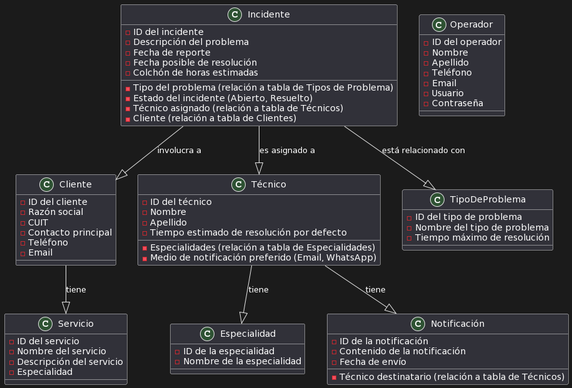
This is uml.png from Marcos-Castillo/final-utn-g03, a PlantUML export, as it was before one commit.
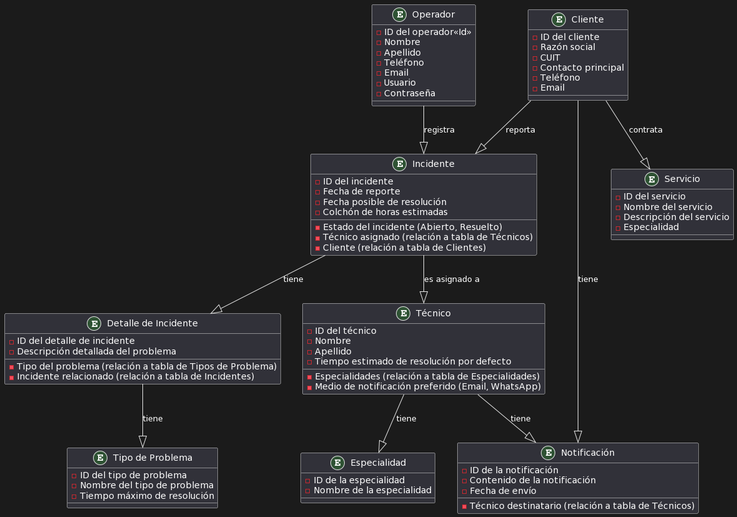
Later version of the same file.

Commit message:
corrección al uml

The edit, as a diff of the source:
```diff
@@ -1,5 +1,5 @@
 @startuml
-!define ENTITY class
+!define ENTITY entity
 !define RELATION association
 
 ENTITY Cliente {
@@ -12,7 +12,7 @@
 }
 
 ENTITY Operador {
-    - ID del operador
+    - ID del operador<<Id>>
     - Nombre
     - Apellido
     - Teléfono
@@ -32,14 +32,19 @@
 
 ENTITY Incidente {
     - ID del incidente
-    - Descripción del problema
-    - Tipo del problema (relación a tabla de Tipos de Problema)
     - Fecha de reporte
     - Fecha posible de resolución
     - Estado del incidente (Abierto, Resuelto)
     - Colchón de horas estimadas
     - Técnico asignado (relación a tabla de Técnicos)
     - Cliente (relación a tabla de Clientes)
+}
+
+ENTITY "Detalle de Incidente" {
+    - ID del detalle de incidente
+    - Descripción detallada del problema
+    - Tipo del problema (relación a tabla de Tipos de Problema)
+    - Incidente relacionado (relación a tabla de Incidentes)
 }
 
 ENTITY Servicio {
@@ -54,7 +59,7 @@
     - Nombre de la especialidad
 }
 
-ENTITY TipoDeProblema {
+ENTITY "Tipo de Problema" {
     - ID del tipo de problema
     - Nombre del tipo de problema
     - Tiempo máximo de resolución
@@ -67,10 +72,13 @@
     - Fecha de envío
 }
 
-Cliente --|> Servicio : tiene
+Cliente --|> Servicio : contrata
+Cliente --|> Incidente : reporta
 Técnico --|> Especialidad : tiene
 Técnico --|> Notificación : tiene
+Cliente --|> Notificación : tiene
 Incidente --|> Técnico : es asignado a
-Incidente --|> TipoDeProblema : está relacionado con
-Incidente --|> Cliente : involucra a
+Incidente --|> "Detalle de Incidente" : tiene
+"Detalle de Incidente" --|> "Tipo de Problema" : tiene
+Operador --|> Incidente : registra
 @enduml
```
